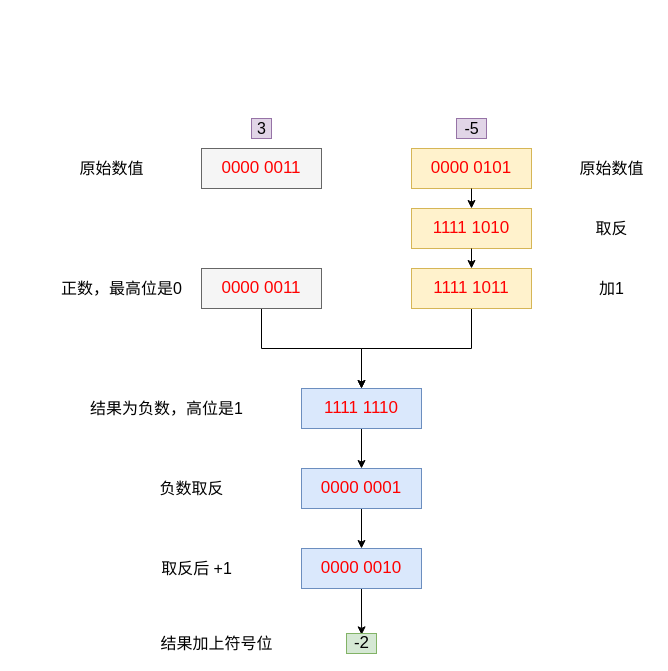
HysenChan/DrawDiagram keeps this draw.io diagram as ComputerBasic.drawio. Above is the earlier version. Source tidied: cells renumbered, new cells numbered last; positions are measured from the earlier drawing's top-left corner, leaving out a move shared by most shapes. Both pictures are drawn from the tidied source at 100%, with x=0, y=0 at pixel (51, 118).
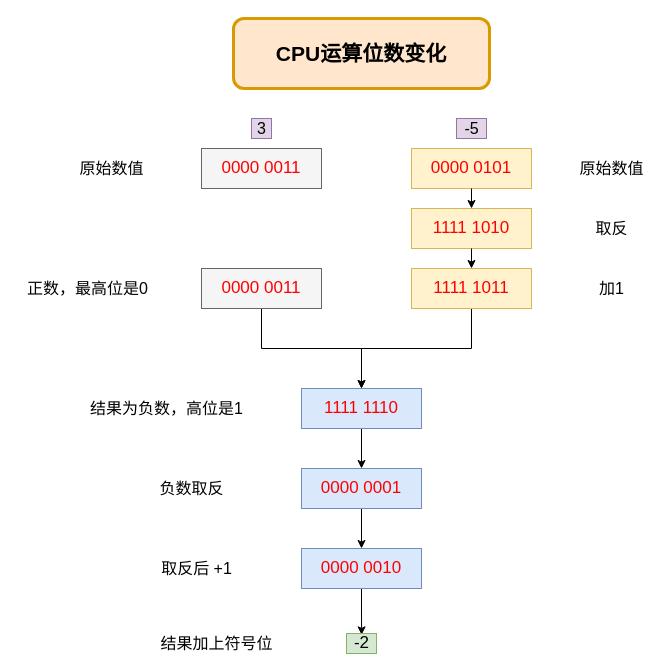
The same diagram, later.

Change to the diagram source:
```diff
@@
     <mxCell id="7" value="&lt;font style=&quot;font-size: 16px&quot;&gt;正数，最高位是0&lt;br&gt;&lt;/font&gt;" style="text;html=1;align=center;verticalAlign=middle;" parent="1" vertex="1">
-      <mxGeometry y="160" width="140" height="20" as="geometry" />
+      <mxGeometry x="-34" y="160" width="140" height="20" as="geometry" />
     </mxCell>
@@
+    <mxCell id="29" value="CPU运算位数变化" style="rounded=1;whiteSpace=wrap;html=1;strokeWidth=3;fontStyle=1;fontSize=21;fillColor=#ffe6cc;strokeColor=#d79b00;" parent="1" vertex="1">
+      <mxGeometry x="182" y="-100" width="256" height="70" as="geometry" />
+    </mxCell>
```
